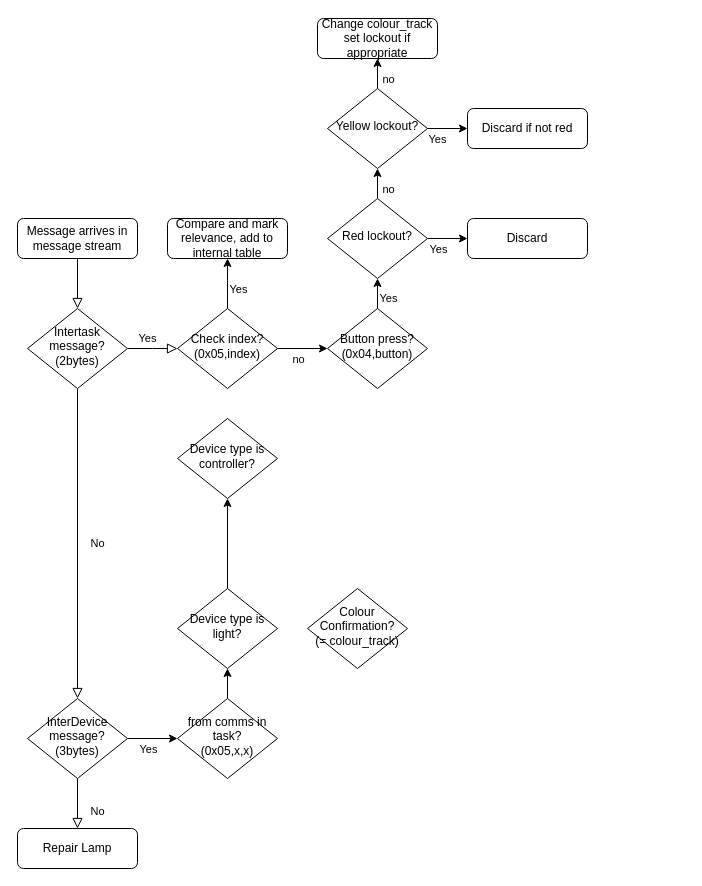
The draw.io diagram Software/MVP/WBM/DS light controller message processing flow chart.drawio in lcq309/ENEL400, before the edit. Source tidied: cells renumbered, new cells numbered last; positions are measured from the earlier drawing's top-left corner, leaving out a move shared by most shapes. Both pictures are drawn from the tidied source at 100%, with x=0, y=0 at pixel (17, 18).
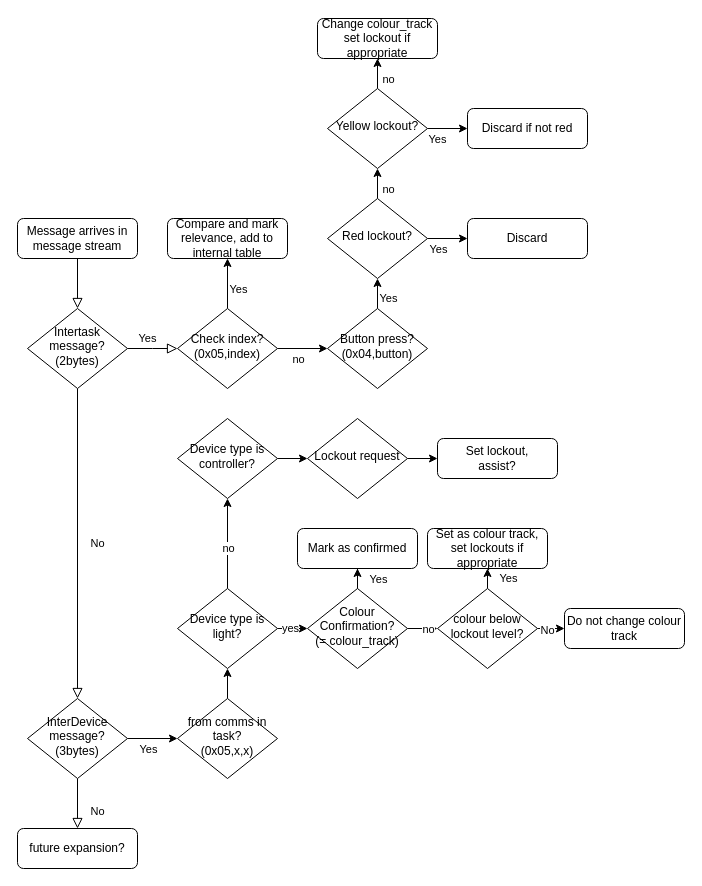
The same diagram, later.

The change refers to these unchanged cells:
```xml
<mxCell id="36" style="edgeStyle=orthogonalEdgeStyle;rounded=0;jettySize=auto;html=1;exitX=0.5;exitY=0;exitDx=0;exitDy=0;entryX=0.5;entryY=1;entryDx=0;entryDy=0;" parent="1" edge="1" source="37" target="38">
  <mxGeometry relative="1" as="geometry" />
</mxCell>
<mxCell id="37" value="&lt;div&gt;Device type is light?&lt;/div&gt;" style="rhombus;whiteSpace=wrap;html=1;shadow=0;fontFamily=Helvetica;fontSize=12;align=center;strokeWidth=1;spacing=6;spacingTop=-4;" parent="1" vertex="1">
  <mxGeometry x="160" y="570" width="100" height="80" as="geometry" />
</mxCell>
<mxCell id="38" value="&lt;div&gt;Device type is controller?&lt;/div&gt;" style="rhombus;whiteSpace=wrap;html=1;shadow=0;fontFamily=Helvetica;fontSize=12;align=center;strokeWidth=1;spacing=6;spacingTop=-4;" parent="1" vertex="1">
  <mxGeometry x="160" y="400" width="100" height="80" as="geometry" />
</mxCell>
<mxCell id="39" value="Colour Confirmation?&lt;div&gt;(= colour_track)&lt;/div&gt;" style="rhombus;whiteSpace=wrap;html=1;shadow=0;fontFamily=Helvetica;fontSize=12;align=center;strokeWidth=1;spacing=6;spacingTop=-4;" parent="1" vertex="1">
  <mxGeometry x="290" y="570" width="100" height="80" as="geometry" />
</mxCell>
```

The edit, as a diff of the source:
```diff
@@
-    <mxCell id="11" value="Repair Lamp" style="rounded=1;whiteSpace=wrap;html=1;fontSize=12;glass=0;strokeWidth=1;shadow=0;" parent="1" vertex="1">
+    <mxCell id="11" value="future expansion?" style="rounded=1;whiteSpace=wrap;html=1;fontSize=12;glass=0;strokeWidth=1;shadow=0;" parent="1" vertex="1">
       <mxGeometry y="810" width="120" height="40" as="geometry" />
     </mxCell>
@@
+    <mxCell id="40" value="no" style="edgeLabel;html=1;align=center;verticalAlign=middle;" parent="36" vertex="1">
+      <mxGeometry x="-0.09" relative="1" as="geometry" />
+    </mxCell>
+    <mxCell id="41" style="edgeStyle=orthogonalEdgeStyle;rounded=0;jettySize=auto;html=1;exitX=1;exitY=0.5;exitDx=0;exitDy=0;entryX=0;entryY=0.5;entryDx=0;entryDy=0;" parent="1" edge="1" source="37" target="39">
+      <mxGeometry relative="1" as="geometry" />
+    </mxCell>
+    <mxCell id="42" value="yes" style="edgeLabel;html=1;align=center;verticalAlign=middle;" parent="41" vertex="1">
+      <mxGeometry x="-0.18" y="1" relative="1" as="geometry" />
+    </mxCell>
@@
+    <mxCell id="43" style="edgeStyle=orthogonalEdgeStyle;rounded=0;jettySize=auto;html=1;exitX=1;exitY=0.5;exitDx=0;exitDy=0;entryX=0;entryY=0.5;entryDx=0;entryDy=0;" parent="1" edge="1" source="38">
+      <mxGeometry relative="1" as="geometry">
+        <mxPoint x="290" y="440" as="targetPoint" />
+      </mxGeometry>
+    </mxCell>
@@
+    <mxCell id="44" style="edgeStyle=orthogonalEdgeStyle;rounded=0;jettySize=auto;html=1;exitX=1;exitY=0.5;exitDx=0;exitDy=0;" parent="1" edge="1" source="39" target="52">
+      <mxGeometry relative="1" as="geometry" />
+    </mxCell>
+    <mxCell id="45" value="no" style="edgeLabel;html=1;align=center;verticalAlign=middle;" parent="44" vertex="1">
+      <mxGeometry x="0.61" relative="1" as="geometry" />
+    </mxCell>
+    <mxCell id="46" style="edgeStyle=orthogonalEdgeStyle;rounded=0;jettySize=auto;html=1;exitX=0.5;exitY=0;exitDx=0;exitDy=0;" parent="1" edge="1" source="39" target="56">
+      <mxGeometry relative="1" as="geometry" />
+    </mxCell>
+    <mxCell id="47" value="Yes" style="edgeLabel;html=1;align=center;verticalAlign=middle;" parent="46" vertex="1">
+      <mxGeometry x="0.59" y="-4" relative="1" as="geometry">
+        <mxPoint x="16" y="-2" as="offset" />
+      </mxGeometry>
+    </mxCell>
@@
+    <mxCell id="48" style="edgeStyle=orthogonalEdgeStyle;rounded=0;jettySize=auto;html=1;exitX=0.5;exitY=0;exitDx=0;exitDy=0;entryX=0.5;entryY=1;entryDx=0;entryDy=0;" parent="1" edge="1" source="52" target="57">
+      <mxGeometry relative="1" as="geometry" />
+    </mxCell>
+    <mxCell id="49" value="Yes" style="edgeLabel;html=1;align=center;verticalAlign=middle;" parent="48" vertex="1">
+      <mxGeometry x="0.1" y="-2" relative="1" as="geometry">
+        <mxPoint x="18" as="offset" />
+      </mxGeometry>
+    </mxCell>
+    <mxCell id="50" style="edgeStyle=orthogonalEdgeStyle;rounded=0;jettySize=auto;html=1;exitX=1;exitY=0.5;exitDx=0;exitDy=0;entryX=0;entryY=0.5;entryDx=0;entryDy=0;" parent="1" edge="1" source="52" target="58">
+      <mxGeometry relative="1" as="geometry" />
+    </mxCell>
+    <mxCell id="51" value="No" style="edgeLabel;html=1;align=center;verticalAlign=middle;" parent="50" vertex="1">
+      <mxGeometry x="-0.33" y="-1" relative="1" as="geometry" />
+    </mxCell>
+    <mxCell id="52" value="colour below lockout level?" style="rhombus;whiteSpace=wrap;html=1;shadow=0;fontFamily=Helvetica;fontSize=12;align=center;strokeWidth=1;spacing=6;spacingTop=-4;" parent="1" vertex="1">
+      <mxGeometry x="420" y="570" width="100" height="80" as="geometry" />
+    </mxCell>
+    <mxCell id="53" style="edgeStyle=orthogonalEdgeStyle;rounded=0;jettySize=auto;html=1;exitX=1;exitY=0.5;exitDx=0;exitDy=0;entryX=0;entryY=0.5;entryDx=0;entryDy=0;" parent="1" edge="1" source="54" target="55">
+      <mxGeometry relative="1" as="geometry" />
+    </mxCell>
+    <mxCell id="54" value="Lockout request" style="rhombus;whiteSpace=wrap;html=1;shadow=0;fontFamily=Helvetica;fontSize=12;align=center;strokeWidth=1;spacing=6;spacingTop=-4;" parent="1" vertex="1">
+      <mxGeometry x="290" y="400" width="100" height="80" as="geometry" />
+    </mxCell>
+    <mxCell id="55" value="Set lockout,&lt;div&gt;assist?&lt;/div&gt;" style="rounded=1;whiteSpace=wrap;html=1;fontSize=12;glass=0;strokeWidth=1;shadow=0;" parent="1" vertex="1">
+      <mxGeometry x="420" y="420" width="120" height="40" as="geometry" />
+    </mxCell>
+    <mxCell id="56" value="Mark as confirmed" style="rounded=1;whiteSpace=wrap;html=1;fontSize=12;glass=0;strokeWidth=1;shadow=0;" parent="1" vertex="1">
+      <mxGeometry x="280" y="510" width="120" height="40" as="geometry" />
+    </mxCell>
+    <mxCell id="57" value="Set as colour track,&lt;div&gt;set lockouts if appropriate&lt;/div&gt;" style="rounded=1;whiteSpace=wrap;html=1;fontSize=12;glass=0;strokeWidth=1;shadow=0;" parent="1" vertex="1">
+      <mxGeometry x="410" y="510" width="120" height="40" as="geometry" />
+    </mxCell>
+    <mxCell id="58" value="Do not change colour track" style="rounded=1;whiteSpace=wrap;html=1;fontSize=12;glass=0;strokeWidth=1;shadow=0;" parent="1" vertex="1">
+      <mxGeometry x="547" y="590" width="120" height="40" as="geometry" />
+    </mxCell>
```
